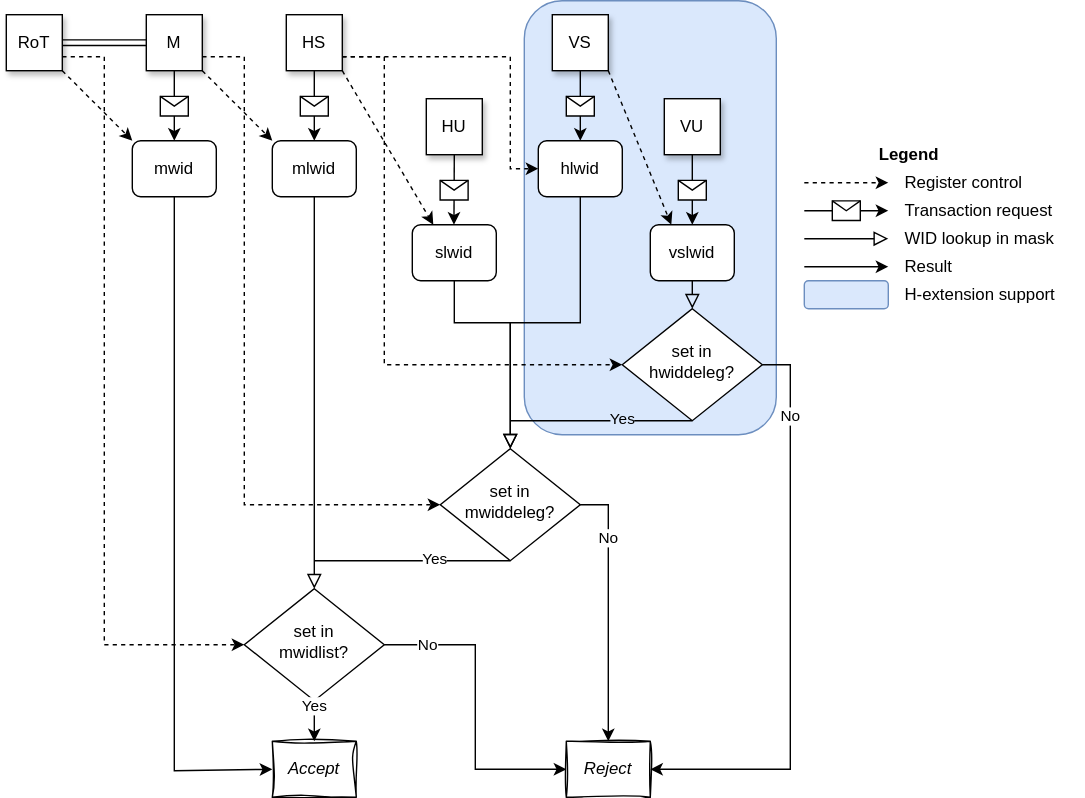
MIPS/riscv-partitioning keeps this draw.io diagram as src/images/WG-smwidv.drawio.svg. Above is the earlier version. Source tidied: cells renumbered, new cells last; positions are measured from the earlier drawing's top-left corner, leaving out a move shared by most shapes. Source of this version:
```xml
<mxGraphModel>
  <root>
    <mxCell id="0" />
    <mxCell id="1" parent="0" />
    <mxCell id="2" style="rounded=1;whiteSpace=wrap;html=1;fillColor=#dae8fc;strokeColor=#6c8ebf;" parent="1" vertex="1">
      <mxGeometry x="370" width="180" height="310" as="geometry" />
    </mxCell>
    <mxCell id="3" value="M" style="rounded=0;whiteSpace=wrap;html=1;fontSize=12;glass=0;strokeWidth=1;shadow=1;" parent="1" vertex="1">
      <mxGeometry x="100" y="10" width="40" height="40" as="geometry" />
    </mxCell>
    <mxCell id="4" value="HS" style="rounded=0;whiteSpace=wrap;html=1;fontSize=12;glass=0;strokeWidth=1;shadow=1;" parent="1" vertex="1">
      <mxGeometry x="200" y="10" width="40" height="40" as="geometry" />
    </mxCell>
    <mxCell id="5" value="HU" style="rounded=0;whiteSpace=wrap;html=1;fontSize=12;glass=0;strokeWidth=1;shadow=1;" parent="1" vertex="1">
      <mxGeometry x="300" y="70" width="40" height="40" as="geometry" />
    </mxCell>
    <mxCell id="6" value="mwid" style="rounded=1;whiteSpace=wrap;html=1;fontSize=12;glass=0;strokeWidth=1;shadow=0;fillColor=#FFFFFF;fillStyle=solid;" parent="1" vertex="1">
      <mxGeometry x="90" y="100" width="60" height="40" as="geometry" />
    </mxCell>
    <mxCell id="7" value="mlwid" style="rounded=1;whiteSpace=wrap;html=1;fontSize=12;glass=0;strokeWidth=1;shadow=0;" parent="1" vertex="1">
      <mxGeometry x="190" y="100" width="60" height="40" as="geometry" />
    </mxCell>
    <mxCell id="8" value="slwid" style="rounded=1;whiteSpace=wrap;html=1;fontSize=12;glass=0;strokeWidth=1;shadow=0;" parent="1" vertex="1">
      <mxGeometry x="290" y="160" width="60" height="40" as="geometry" />
    </mxCell>
    <mxCell id="9" value="set in&lt;br&gt;mwidlist?" style="rhombus;whiteSpace=wrap;html=1;shadow=0;fontFamily=Helvetica;fontSize=12;align=center;strokeWidth=1;spacing=6;spacingTop=-4;" parent="1" vertex="1">
      <mxGeometry x="170" y="420" width="100" height="80" as="geometry" />
    </mxCell>
    <mxCell id="10" value="Accept" style="rounded=0;whiteSpace=wrap;html=1;fontSize=12;glass=0;strokeWidth=1;shadow=0;sketch=1;curveFitting=1;jiggle=2;fontStyle=2;" parent="1" vertex="1">
      <mxGeometry x="190" y="529" width="60" height="40" as="geometry" />
    </mxCell>
    <mxCell id="11" style="edgeStyle=orthogonalEdgeStyle;rounded=0;jettySize=auto;html=1;exitX=0.5;exitY=1;exitDx=0;exitDy=0;entryX=0.5;entryY=0;entryDx=0;entryDy=0;" parent="1" edge="1" source="9" target="10">
      <mxGeometry relative="1" as="geometry" />
    </mxCell>
    <mxCell id="12" value="Yes" style="edgeLabel;html=1;align=center;verticalAlign=middle;" parent="11" vertex="1">
      <mxGeometry x="-0.72" relative="1" as="geometry" />
    </mxCell>
    <mxCell id="13" value="set in&lt;br&gt;mwiddeleg?" style="rhombus;whiteSpace=wrap;html=1;shadow=0;fontFamily=Helvetica;fontSize=12;align=center;strokeWidth=1;spacing=6;spacingTop=-4;" parent="1" vertex="1">
      <mxGeometry x="310" y="320" width="100" height="80" as="geometry" />
    </mxCell>
    <mxCell id="14" style="rounded=0;html=1;jettySize=auto;fontSize=11;endArrow=block;endFill=0;endSize=8;strokeWidth=1;shadow=0;labelBackgroundColor=none;edgeStyle=orthogonalEdgeStyle;exitX=0.5;exitY=1;exitDx=0;exitDy=0;" parent="1" edge="1" source="7">
      <mxGeometry relative="1" as="geometry">
        <mxPoint x="220" y="420" as="targetPoint" />
        <Array as="points">
          <mxPoint x="220" y="420" />
        </Array>
      </mxGeometry>
    </mxCell>
    <mxCell id="15" style="rounded=0;html=1;jettySize=auto;fontSize=11;endArrow=block;endFill=0;endSize=8;strokeWidth=1;shadow=0;labelBackgroundColor=none;edgeStyle=orthogonalEdgeStyle;exitX=0.5;exitY=1;exitDx=0;exitDy=0;entryX=0.5;entryY=0;entryDx=0;entryDy=0;" parent="1" edge="1" source="8" target="13">
      <mxGeometry relative="1" as="geometry">
        <Array as="points">
          <mxPoint x="320" y="230" />
          <mxPoint x="360" y="230" />
        </Array>
      </mxGeometry>
    </mxCell>
    <mxCell id="16" value="Reject" style="rounded=0;whiteSpace=wrap;html=1;fontSize=12;glass=0;strokeWidth=1;shadow=0;sketch=1;curveFitting=1;jiggle=2;fillColor=default;fontStyle=2;" parent="1" vertex="1">
      <mxGeometry x="400" y="529" width="60" height="40" as="geometry" />
    </mxCell>
    <mxCell id="17" style="edgeStyle=orthogonalEdgeStyle;rounded=0;jettySize=auto;html=1;exitX=1;exitY=0.5;exitDx=0;exitDy=0;entryX=0;entryY=0.5;entryDx=0;entryDy=0;" parent="1" edge="1" source="9" target="16">
      <mxGeometry relative="1" as="geometry" />
    </mxCell>
    <mxCell id="18" value="No" style="edgeLabel;html=1;align=center;verticalAlign=middle;" parent="17" vertex="1">
      <mxGeometry x="-0.72" relative="1" as="geometry" />
    </mxCell>
    <mxCell id="19" style="edgeStyle=orthogonalEdgeStyle;rounded=0;jettySize=auto;html=1;exitX=1;exitY=0.5;exitDx=0;exitDy=0;entryX=0.5;entryY=0;entryDx=0;entryDy=0;" parent="1" edge="1" source="13" target="16">
      <mxGeometry relative="1" as="geometry" />
    </mxCell>
    <mxCell id="20" value="No" style="edgeLabel;html=1;align=center;verticalAlign=middle;" parent="19" vertex="1">
      <mxGeometry x="-0.72" relative="1" as="geometry">
        <mxPoint y="18" as="offset" />
      </mxGeometry>
    </mxCell>
    <mxCell id="21" style="endArrow=classic;html=1;rounded=0;exitX=0.5;exitY=1;exitDx=0;exitDy=0;entryX=0.5;entryY=0;entryDx=0;entryDy=0;" parent="1" edge="1" source="3" target="6">
      <mxGeometry relative="1" as="geometry" />
    </mxCell>
    <mxCell id="22" style="shape=message;html=1;" parent="21" vertex="1">
      <mxGeometry width="20" height="14" relative="1" as="geometry">
        <mxPoint x="-10" y="-7" as="offset" />
      </mxGeometry>
    </mxCell>
    <mxCell id="23" style="endArrow=classic;html=1;rounded=0;exitX=0.5;exitY=1;exitDx=0;exitDy=0;entryX=0.5;entryY=0;entryDx=0;entryDy=0;" parent="1" edge="1" source="4" target="7">
      <mxGeometry relative="1" as="geometry" />
    </mxCell>
    <mxCell id="24" style="shape=message;html=1;" parent="23" vertex="1">
      <mxGeometry width="20" height="14" relative="1" as="geometry">
        <mxPoint x="-10" y="-7" as="offset" />
      </mxGeometry>
    </mxCell>
    <mxCell id="25" style="endArrow=classic;html=1;rounded=0;entryX=0.5;entryY=0;entryDx=0;entryDy=0;exitX=0.5;exitY=1;exitDx=0;exitDy=0;" parent="1" edge="1" source="5">
      <mxGeometry relative="1" as="geometry">
        <mxPoint x="319.8" y="160" as="targetPoint" />
      </mxGeometry>
    </mxCell>
    <mxCell id="26" style="shape=message;html=1;" parent="25" vertex="1">
      <mxGeometry width="20" height="14" relative="1" as="geometry">
        <mxPoint x="-10" y="-7" as="offset" />
      </mxGeometry>
    </mxCell>
    <mxCell id="27" style="endArrow=classic;html=1;rounded=0;exitX=1;exitY=1;exitDx=0;exitDy=0;entryX=0;entryY=0;entryDx=0;entryDy=0;dashed=1;" parent="1" edge="1" source="3" target="7">
      <mxGeometry relative="1" as="geometry" />
    </mxCell>
    <mxCell id="28" style="endArrow=classic;html=1;rounded=0;exitX=1;exitY=1;exitDx=0;exitDy=0;entryX=0.25;entryY=0;entryDx=0;entryDy=0;dashed=1;" parent="1" edge="1" source="4" target="8">
      <mxGeometry relative="1" as="geometry" />
    </mxCell>
    <mxCell id="29" style="endArrow=classic;html=1;rounded=0;entryX=0;entryY=0.5;entryDx=0;entryDy=0;dashed=1;edgeStyle=elbowEdgeStyle;" parent="1" edge="1" target="13">
      <mxGeometry relative="1" as="geometry">
        <mxPoint x="140" y="40" as="sourcePoint" />
        <Array as="points">
          <mxPoint x="170" y="120" />
        </Array>
      </mxGeometry>
    </mxCell>
    <mxCell id="30" value="RoT" style="rounded=0;whiteSpace=wrap;html=1;fontSize=12;glass=0;strokeWidth=1;shadow=1;" parent="1" vertex="1">
      <mxGeometry y="10" width="40" height="40" as="geometry" />
    </mxCell>
    <mxCell id="31" style="endArrow=classic;html=1;rounded=0;exitX=1;exitY=1;exitDx=0;exitDy=0;entryX=0;entryY=0;entryDx=0;entryDy=0;dashed=1;" parent="1" edge="1" source="30" target="6">
      <mxGeometry relative="1" as="geometry" />
    </mxCell>
    <mxCell id="32" style="endArrow=classic;html=1;rounded=0;entryX=0;entryY=0.5;entryDx=0;entryDy=0;dashed=1;edgeStyle=elbowEdgeStyle;exitX=1;exitY=0.75;exitDx=0;exitDy=0;" parent="1" edge="1" source="30" target="9">
      <mxGeometry relative="1" as="geometry">
        <Array as="points">
          <mxPoint x="70" y="190" />
        </Array>
      </mxGeometry>
    </mxCell>
    <mxCell id="33" style="endArrow=classic;html=1;rounded=0;dashed=1;" parent="1" edge="1">
      <mxGeometry relative="1" as="geometry">
        <mxPoint x="570" y="130" as="sourcePoint" />
        <mxPoint x="630" y="130" as="targetPoint" />
      </mxGeometry>
    </mxCell>
    <mxCell id="34" style="endArrow=classic;html=1;rounded=0;" parent="1" edge="1">
      <mxGeometry relative="1" as="geometry">
        <mxPoint x="570" y="150" as="sourcePoint" />
        <mxPoint x="630" y="150" as="targetPoint" />
      </mxGeometry>
    </mxCell>
    <mxCell id="35" style="shape=message;html=1;" parent="34" vertex="1">
      <mxGeometry width="20" height="14" relative="1" as="geometry">
        <mxPoint x="-10" y="-7" as="offset" />
      </mxGeometry>
    </mxCell>
    <mxCell id="36" style="rounded=0;html=1;jettySize=auto;orthogonalLoop=1;fontSize=11;endArrow=block;endFill=0;endSize=8;strokeWidth=1;shadow=0;labelBackgroundColor=none;edgeStyle=orthogonalEdgeStyle;" parent="1" edge="1">
      <mxGeometry relative="1" as="geometry">
        <mxPoint x="570" y="170" as="sourcePoint" />
        <mxPoint x="630" y="170" as="targetPoint" />
      </mxGeometry>
    </mxCell>
    <mxCell id="37" style="edgeStyle=orthogonalEdgeStyle;rounded=0;orthogonalLoop=1;jettySize=auto;html=1;" parent="1" edge="1">
      <mxGeometry relative="1" as="geometry">
        <mxPoint x="570" y="190" as="sourcePoint" />
        <mxPoint x="630" y="190" as="targetPoint" />
      </mxGeometry>
    </mxCell>
    <mxCell id="38" value="Register control" style="text;html=1;align=left;verticalAlign=middle;whiteSpace=wrap;rounded=0;" parent="1" vertex="1">
      <mxGeometry x="640" y="120" width="130" height="20" as="geometry" />
    </mxCell>
    <mxCell id="39" value="Transaction request" style="text;html=1;align=left;verticalAlign=middle;whiteSpace=wrap;rounded=0;" parent="1" vertex="1">
      <mxGeometry x="640" y="140" width="130" height="20" as="geometry" />
    </mxCell>
    <mxCell id="40" value="WID lookup in mask" style="text;html=1;align=left;verticalAlign=middle;whiteSpace=wrap;rounded=0;" parent="1" vertex="1">
      <mxGeometry x="640" y="160" width="130" height="20" as="geometry" />
    </mxCell>
    <mxCell id="41" value="Result" style="text;html=1;align=left;verticalAlign=middle;whiteSpace=wrap;rounded=0;" parent="1" vertex="1">
      <mxGeometry x="640" y="180" width="130" height="20" as="geometry" />
    </mxCell>
    <mxCell id="42" value="Legend" style="text;html=1;align=center;verticalAlign=middle;whiteSpace=wrap;rounded=0;fontStyle=1;" parent="1" vertex="1">
      <mxGeometry x="570" y="100" width="150" height="20" as="geometry" />
    </mxCell>
    <mxCell id="43" style="shape=link;html=1;rounded=0;exitX=1;exitY=0.5;exitDx=0;exitDy=0;entryX=0;entryY=0.5;entryDx=0;entryDy=0;" parent="1" edge="1" source="30" target="3">
      <mxGeometry relative="1" as="geometry" />
    </mxCell>
    <mxCell id="44" value="VS" style="rounded=0;whiteSpace=wrap;html=1;fontSize=12;glass=0;strokeWidth=1;shadow=1;" parent="1" vertex="1">
      <mxGeometry x="390" y="10" width="40" height="40" as="geometry" />
    </mxCell>
    <mxCell id="45" value="hlwid" style="rounded=1;whiteSpace=wrap;html=1;fontSize=12;glass=0;strokeWidth=1;shadow=0;" parent="1" vertex="1">
      <mxGeometry x="380" y="100" width="60" height="40" as="geometry" />
    </mxCell>
    <mxCell id="46" style="endArrow=classic;html=1;rounded=0;exitX=0.5;exitY=1;exitDx=0;exitDy=0;entryX=0.5;entryY=0;entryDx=0;entryDy=0;" parent="1" edge="1" source="44" target="45">
      <mxGeometry relative="1" as="geometry" />
    </mxCell>
    <mxCell id="47" style="shape=message;html=1;" parent="46" vertex="1">
      <mxGeometry width="20" height="14" relative="1" as="geometry">
        <mxPoint x="-10" y="-7" as="offset" />
      </mxGeometry>
    </mxCell>
    <mxCell id="48" value="VU" style="rounded=0;whiteSpace=wrap;html=1;fontSize=12;glass=0;strokeWidth=1;shadow=1;" parent="1" vertex="1">
      <mxGeometry x="470" y="70" width="40" height="40" as="geometry" />
    </mxCell>
    <mxCell id="49" value="vslwid" style="rounded=1;whiteSpace=wrap;html=1;fontSize=12;glass=0;strokeWidth=1;shadow=0;" parent="1" vertex="1">
      <mxGeometry x="460" y="160" width="60" height="40" as="geometry" />
    </mxCell>
    <mxCell id="50" style="endArrow=classic;html=1;rounded=0;exitX=0.5;exitY=1;exitDx=0;exitDy=0;entryX=0.5;entryY=0;entryDx=0;entryDy=0;" parent="1" edge="1" source="48" target="49">
      <mxGeometry relative="1" as="geometry" />
    </mxCell>
    <mxCell id="51" style="shape=message;html=1;" parent="50" vertex="1">
      <mxGeometry width="20" height="14" relative="1" as="geometry">
        <mxPoint x="-10" y="-7" as="offset" />
      </mxGeometry>
    </mxCell>
    <mxCell id="52" style="endArrow=classic;html=1;rounded=0;entryX=0;entryY=0.5;entryDx=0;entryDy=0;dashed=1;edgeStyle=elbowEdgeStyle;exitX=1;exitY=0.75;exitDx=0;exitDy=0;" parent="1" edge="1" source="4" target="45">
      <mxGeometry relative="1" as="geometry">
        <Array as="points">
          <mxPoint x="360" y="80" />
          <mxPoint x="340" y="40" />
          <mxPoint x="360" y="80" />
        </Array>
      </mxGeometry>
    </mxCell>
    <mxCell id="53" style="endArrow=classic;html=1;rounded=0;exitX=1;exitY=1;exitDx=0;exitDy=0;entryX=0.25;entryY=0;entryDx=0;entryDy=0;dashed=1;" parent="1" edge="1" source="44" target="49">
      <mxGeometry relative="1" as="geometry" />
    </mxCell>
    <mxCell id="54" value="set in&lt;br&gt;h&lt;span style=&quot;background-color: transparent; color: light-dark(rgb(0, 0, 0), rgb(255, 255, 255));&quot;&gt;widdeleg?&lt;/span&gt;" style="rhombus;whiteSpace=wrap;html=1;shadow=0;fontFamily=Helvetica;fontSize=12;align=center;strokeWidth=1;spacing=6;spacingTop=-4;" parent="1" vertex="1">
      <mxGeometry x="440" y="220" width="100" height="80" as="geometry" />
    </mxCell>
    <mxCell id="55" style="rounded=0;html=1;jettySize=auto;fontSize=11;endArrow=block;endFill=0;endSize=8;strokeWidth=1;shadow=0;labelBackgroundColor=none;edgeStyle=orthogonalEdgeStyle;exitX=0.5;exitY=1;exitDx=0;exitDy=0;entryX=0.5;entryY=0;entryDx=0;entryDy=0;" parent="1" edge="1" source="49" target="54">
      <mxGeometry relative="1" as="geometry" />
    </mxCell>
    <mxCell id="56" style="edgeStyle=orthogonalEdgeStyle;rounded=0;jettySize=auto;html=1;entryX=1;entryY=0.5;entryDx=0;entryDy=0;" parent="1" edge="1" target="16">
      <mxGeometry relative="1" as="geometry">
        <mxPoint x="540" y="260" as="sourcePoint" />
        <Array as="points">
          <mxPoint x="560" y="260" />
          <mxPoint x="560" y="549" />
        </Array>
      </mxGeometry>
    </mxCell>
    <mxCell id="57" value="No" style="edgeLabel;html=1;align=center;verticalAlign=middle;" parent="56" vertex="1">
      <mxGeometry x="-0.72" relative="1" as="geometry" />
    </mxCell>
    <mxCell id="58" style="endArrow=none;html=1;rounded=0;entryX=0.5;entryY=1;entryDx=0;entryDy=0;" parent="1" edge="1" target="13">
      <mxGeometry relative="1" as="geometry">
        <mxPoint x="220" y="400" as="sourcePoint" />
      </mxGeometry>
    </mxCell>
    <mxCell id="59" value="Yes" style="edgeLabel;html=1;align=center;verticalAlign=middle;" parent="58" vertex="1">
      <mxGeometry x="0.22" y="1" relative="1" as="geometry" />
    </mxCell>
    <mxCell id="60" style="endArrow=none;html=1;rounded=0;" parent="1" edge="1">
      <mxGeometry relative="1" as="geometry">
        <mxPoint x="360" y="300" as="sourcePoint" />
        <mxPoint x="490" y="300" as="targetPoint" />
      </mxGeometry>
    </mxCell>
    <mxCell id="61" value="Yes" style="edgeLabel;html=1;align=center;verticalAlign=middle;labelBackgroundColor=light-dark(#dae8fc, #334a6c);" parent="60" vertex="1">
      <mxGeometry x="0.22" y="1" relative="1" as="geometry" />
    </mxCell>
    <mxCell id="62" style="endArrow=classic;html=1;rounded=0;entryX=0;entryY=0.5;entryDx=0;entryDy=0;dashed=1;edgeStyle=elbowEdgeStyle;exitX=1;exitY=0.75;exitDx=0;exitDy=0;" parent="1" edge="1" target="54">
      <mxGeometry relative="1" as="geometry">
        <mxPoint x="240" y="40" as="sourcePoint" />
        <Array as="points">
          <mxPoint x="270" y="160" />
        </Array>
      </mxGeometry>
    </mxCell>
    <mxCell id="63" style="rounded=0;html=1;jettySize=auto;fontSize=11;endArrow=block;endFill=0;endSize=8;strokeWidth=1;shadow=0;labelBackgroundColor=none;edgeStyle=orthogonalEdgeStyle;exitX=0.5;exitY=1;exitDx=0;exitDy=0;entryX=0.5;entryY=0;entryDx=0;entryDy=0;" parent="1" edge="1" source="45" target="13">
      <mxGeometry relative="1" as="geometry" />
    </mxCell>
    <mxCell id="64" style="rounded=1;whiteSpace=wrap;html=1;fillColor=#dae8fc;strokeColor=#6c8ebf;" parent="1" vertex="1">
      <mxGeometry x="570" y="200" width="60" height="20" as="geometry" />
    </mxCell>
    <mxCell id="65" value="H-extension support" style="text;html=1;align=left;verticalAlign=middle;whiteSpace=wrap;rounded=0;" parent="1" vertex="1">
      <mxGeometry x="640" y="200" width="130" height="20" as="geometry" />
    </mxCell>
    <mxCell id="66" style="endArrow=classic;html=1;rounded=0;exitX=0.5;exitY=1;exitDx=0;exitDy=0;entryX=0;entryY=0.5;entryDx=0;entryDy=0;" parent="1" edge="1" source="6" target="10">
      <mxGeometry relative="1" as="geometry">
        <Array as="points">
          <mxPoint x="120" y="550" />
        </Array>
      </mxGeometry>
    </mxCell>
  </root>
</mxGraphModel>
```
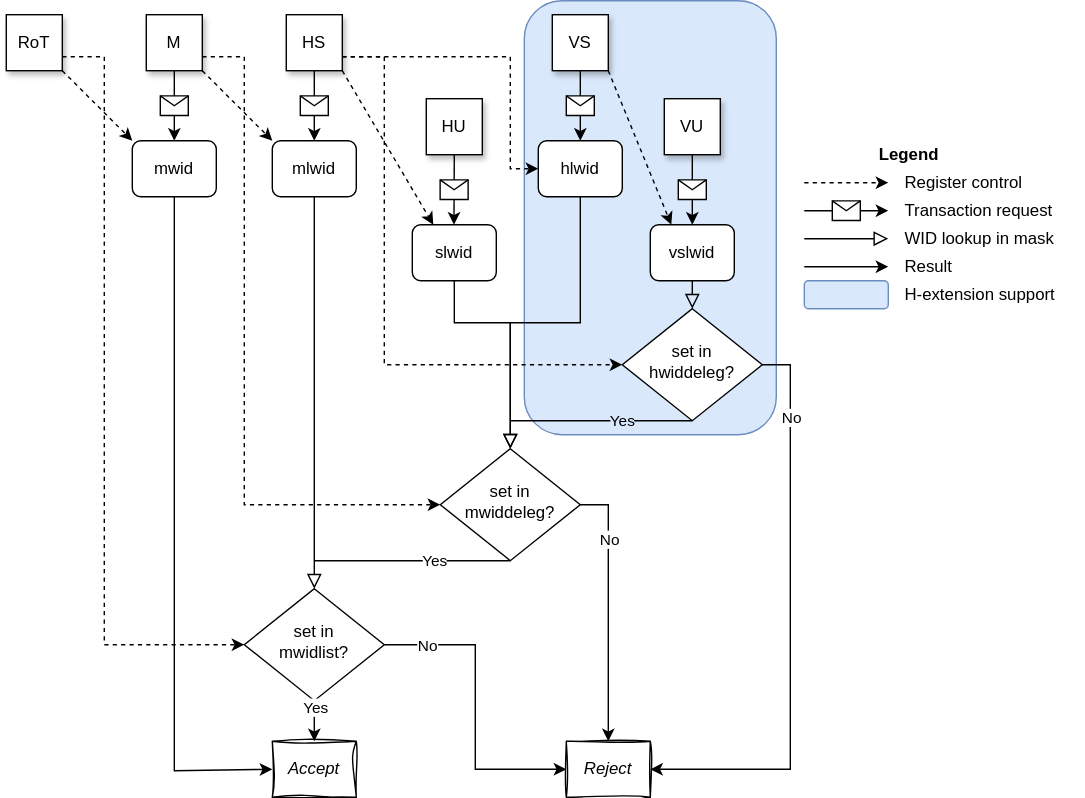
The same diagram one commit later.

What changed in the source:
```diff
@@ -168,9 +168,6 @@
     <mxCell id="42" value="Legend" style="text;html=1;align=center;verticalAlign=middle;whiteSpace=wrap;rounded=0;fontStyle=1;" parent="1" vertex="1">
       <mxGeometry x="570" y="100" width="150" height="20" as="geometry" />
     </mxCell>
-    <mxCell id="43" style="shape=link;html=1;rounded=0;exitX=1;exitY=0.5;exitDx=0;exitDy=0;entryX=0;entryY=0.5;entryDx=0;entryDy=0;" parent="1" edge="1" source="30" target="3">
-      <mxGeometry relative="1" as="geometry" />
-    </mxCell>
     <mxCell id="44" value="VS" style="rounded=0;whiteSpace=wrap;html=1;fontSize=12;glass=0;strokeWidth=1;shadow=1;" parent="1" vertex="1">
       <mxGeometry x="390" y="10" width="40" height="40" as="geometry" />
     </mxCell>
```
